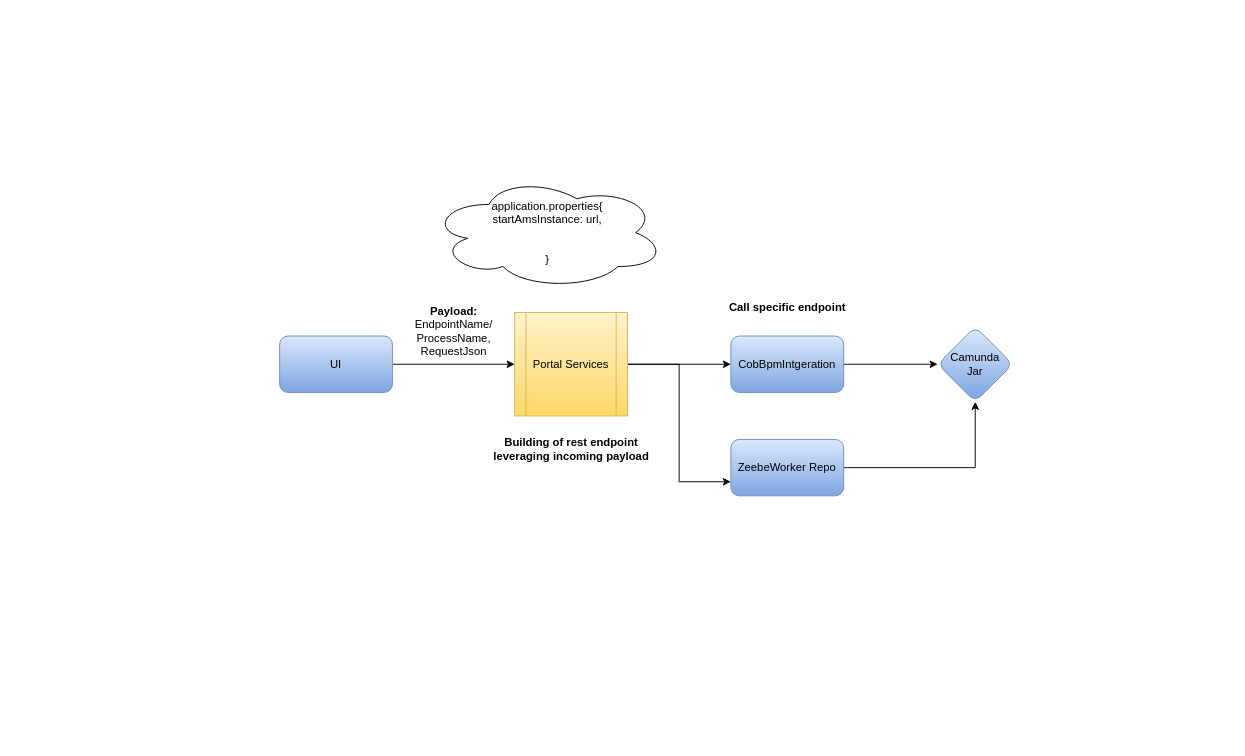
namanchopra21087/design-documents keeps this draw.io diagram as Untitled Diagram.drawio. Above is the earlier version. Source tidied: cells renumbered, new cells numbered last; positions are measured from the earlier drawing's top-left corner, leaving out a move shared by most shapes. Both pictures are drawn from the tidied source at 94%, with x=0, y=0 at pixel (279, 176).
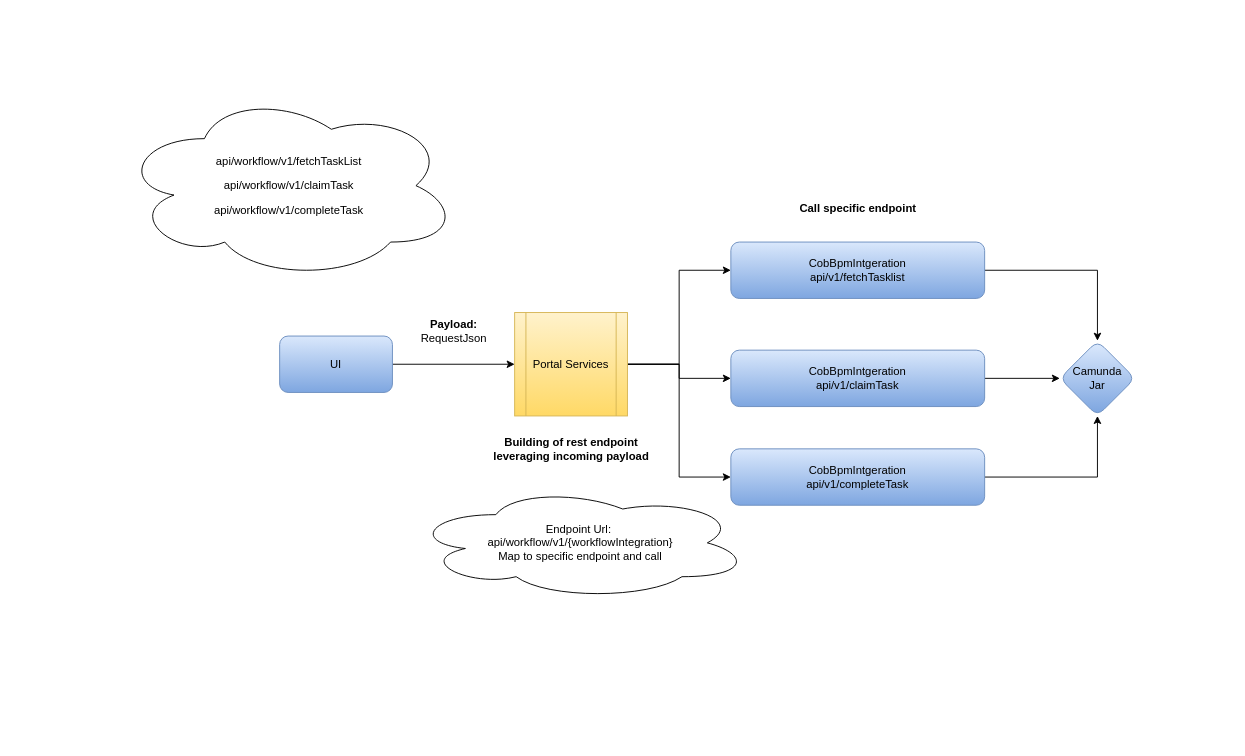
Above is the later version.

The change refers to these unchanged cells:
```xml
<mxCell id="6" value="Portal Services" style="shape=process;whiteSpace=wrap;html=1;backgroundOutline=1;fillColor=#fff2cc;gradientColor=#ffd966;strokeColor=#d6b656;" parent="1" vertex="1">
  <mxGeometry x="250" y="145" width="120" height="110" as="geometry" />
</mxCell>
```

Diff of the diagram source:
```diff
@@
-    <mxCell id="5" style="edgeStyle=orthogonalEdgeStyle;rounded=0;jettySize=auto;html=1;entryX=0;entryY=0.75;entryDx=0;entryDy=0;" parent="1" edge="1" source="6" target="14">
-      <mxGeometry relative="1" as="geometry" />
-    </mxCell>
+    <mxCell id="16" style="edgeStyle=orthogonalEdgeStyle;rounded=0;jettySize=auto;html=1;" parent="1" edge="1" source="6" target="20">
+      <mxGeometry relative="1" as="geometry" />
+    </mxCell>
+    <mxCell id="17" style="edgeStyle=orthogonalEdgeStyle;rounded=0;jettySize=auto;html=1;entryX=0;entryY=0.5;entryDx=0;entryDy=0;" parent="1" edge="1" source="6" target="22">
+      <mxGeometry relative="1" as="geometry" />
+    </mxCell>
@@
-    <mxCell id="8" value="CobBpmIntgeration" style="rounded=1;whiteSpace=wrap;html=1;fillColor=#dae8fc;gradientColor=#7ea6e0;strokeColor=#6c8ebf;" parent="1" vertex="1">
-      <mxGeometry x="480" y="170" width="120" height="60" as="geometry" />
+    <mxCell id="8" value="CobBpmIntgeration&lt;br&gt;api/v1/fetchTasklist" style="rounded=1;whiteSpace=wrap;html=1;fillColor=#dae8fc;gradientColor=#7ea6e0;strokeColor=#6c8ebf;" parent="1" vertex="1">
+      <mxGeometry x="480" y="70" width="270" height="60" as="geometry" />
     </mxCell>
-    <mxCell id="9" value="&lt;b&gt;Payload:&lt;/b&gt;&lt;div&gt;EndpointName/&lt;br&gt;ProcessName,&lt;br&gt;RequestJson&lt;/div&gt;" style="text;html=1;align=center;verticalAlign=middle;strokeColor=none;fillColor=none;" parent="1" vertex="1">
-      <mxGeometry x="130" y="130" width="110" height="70" as="geometry" />
+    <mxCell id="9" value="&lt;b&gt;Payload:&lt;/b&gt;&lt;div&gt;RequestJson&lt;/div&gt;" style="text;html=1;align=center;verticalAlign=middle;strokeColor=none;fillColor=none;" parent="1" vertex="1">
+      <mxGeometry x="140" y="145" width="90" height="40" as="geometry" />
     </mxCell>
@@
     <mxCell id="11" value="&lt;b&gt;Call specific endpoint&lt;/b&gt;" style="text;html=1;align=center;verticalAlign=middle;strokeColor=none;fillColor=none;" parent="1" vertex="1">
-      <mxGeometry x="465" y="125" width="150" height="30" as="geometry" />
+      <mxGeometry x="540" y="20" width="150" height="30" as="geometry" />
     </mxCell>
     <mxCell id="12" value="Camunda &lt;br&gt;Jar" style="rhombus;whiteSpace=wrap;html=1;fillColor=#dae8fc;strokeColor=#6c8ebf;rounded=1;gradientColor=#7ea6e0;" parent="1" vertex="1">
-      <mxGeometry x="700" y="160" width="80" height="80" as="geometry" />
+      <mxGeometry x="830" y="175" width="80" height="80" as="geometry" />
     </mxCell>
-    <mxCell id="13" style="edgeStyle=orthogonalEdgeStyle;rounded=0;jettySize=auto;html=1;entryX=0.5;entryY=1;entryDx=0;entryDy=0;" parent="1" edge="1" source="14" target="12">
-      <mxGeometry relative="1" as="geometry" />
-    </mxCell>
-    <mxCell id="14" value="ZeebeWorker Repo" style="rounded=1;whiteSpace=wrap;html=1;fillColor=#dae8fc;gradientColor=#7ea6e0;strokeColor=#6c8ebf;" parent="1" vertex="1">
-      <mxGeometry x="480" y="280" width="120" height="60" as="geometry" />
-    </mxCell>
-    <mxCell id="15" value="application.properties{&lt;div&gt;startAmsInstance: url,&lt;/div&gt;&lt;div&gt;&lt;br&gt;&lt;/div&gt;&lt;div&gt;&lt;br&gt;&lt;/div&gt;&lt;div&gt;}&lt;/div&gt;" style="ellipse;shape=cloud;whiteSpace=wrap;html=1;" parent="1" vertex="1">
-      <mxGeometry x="160" width="250" height="120" as="geometry" />
+    <mxCell id="15" value="Endpoint Url:&amp;nbsp;&lt;br&gt;&lt;span dir=&quot;ltr&quot; class=&quot;ui-provider a b c d e f g h i j k l m n o p q r s t u v w x y z ab ac ae af ag ah ai aj ak&quot;&gt;api/workflow/v1/{workflowIntegration}&lt;/span&gt;&lt;div&gt;&lt;span dir=&quot;ltr&quot; class=&quot;ui-provider a b c d e f g h i j k l m n o p q r s t u v w x y z ab ac ae af ag ah ai aj ak&quot;&gt;Map to specific endpoint and call&lt;/span&gt;&lt;/div&gt;" style="ellipse;shape=cloud;whiteSpace=wrap;html=1;" parent="1" vertex="1">
+      <mxGeometry x="140" y="330" width="360" height="120" as="geometry" />
     </mxCell>
+    <mxCell id="18" value="&lt;span dir=&quot;ltr&quot; class=&quot;ui-provider a b c d e f g h i j k l m n o p q r s t u v w x y z ab ac ae af ag ah ai aj ak&quot;&gt;&lt;p&gt;&lt;span style=&quot;font-size: inherit;&quot;&gt;api/workflow/v1/fetchTaskList&lt;/span&gt;&lt;/p&gt;&lt;p&gt;&lt;span style=&quot;font-size: inherit;&quot;&gt;api/workflow/v1/claimTask&lt;/span&gt;&lt;/p&gt;&lt;p&gt;&lt;span style=&quot;font-size: inherit; background-color: initial;&quot;&gt;api/workflow/v1/completeTask&lt;/span&gt;&lt;br&gt;&lt;/p&gt;&lt;/span&gt;" style="ellipse;shape=cloud;whiteSpace=wrap;html=1;" parent="1" vertex="1">
+      <mxGeometry x="-170" y="-90" width="360" height="200" as="geometry" />
+    </mxCell>
+    <mxCell id="19" style="edgeStyle=orthogonalEdgeStyle;rounded=0;jettySize=auto;html=1;entryX=0;entryY=0.5;entryDx=0;entryDy=0;" parent="1" edge="1" source="20" target="12">
+      <mxGeometry relative="1" as="geometry" />
+    </mxCell>
+    <mxCell id="20" value="CobBpmIntgeration&lt;br&gt;api/v1/claimTask" style="rounded=1;whiteSpace=wrap;html=1;fillColor=#dae8fc;gradientColor=#7ea6e0;strokeColor=#6c8ebf;" parent="1" vertex="1">
+      <mxGeometry x="480" y="185" width="270" height="60" as="geometry" />
+    </mxCell>
+    <mxCell id="21" style="edgeStyle=orthogonalEdgeStyle;rounded=0;jettySize=auto;html=1;entryX=0.5;entryY=1;entryDx=0;entryDy=0;" parent="1" edge="1" source="22" target="12">
+      <mxGeometry relative="1" as="geometry" />
+    </mxCell>
+    <mxCell id="22" value="CobBpmIntgeration&lt;br&gt;api/v1/completeTask" style="rounded=1;whiteSpace=wrap;html=1;fillColor=#dae8fc;gradientColor=#7ea6e0;strokeColor=#6c8ebf;" parent="1" vertex="1">
+      <mxGeometry x="480" y="290" width="270" height="60" as="geometry" />
+    </mxCell>
+    <mxCell id="23" value="&amp;nbsp;&amp;nbsp;" style="text;html=1;align=center;verticalAlign=middle;whiteSpace=wrap;rounded=0;" parent="1" vertex="1">
+      <mxGeometry x="-280" y="170" width="60" height="30" as="geometry" />
+    </mxCell>
+    <mxCell id="24" value="&amp;nbsp;&amp;nbsp;" style="text;html=1;align=center;verticalAlign=middle;whiteSpace=wrap;rounded=0;" parent="1" vertex="1">
+      <mxGeometry x="320" y="-170" width="60" height="30" as="geometry" />
+    </mxCell>
+    <mxCell id="25" value="&amp;nbsp;&amp;nbsp;" style="text;html=1;align=center;verticalAlign=middle;whiteSpace=wrap;rounded=0;" parent="1" vertex="1">
+      <mxGeometry x="950" y="145" width="60" height="30" as="geometry" />
+    </mxCell>
+    <mxCell id="26" value="&amp;nbsp;&amp;nbsp;" style="text;html=1;align=center;verticalAlign=middle;whiteSpace=wrap;rounded=0;" parent="1" vertex="1">
+      <mxGeometry x="315" y="570" width="60" height="30" as="geometry" />
+    </mxCell>
```
